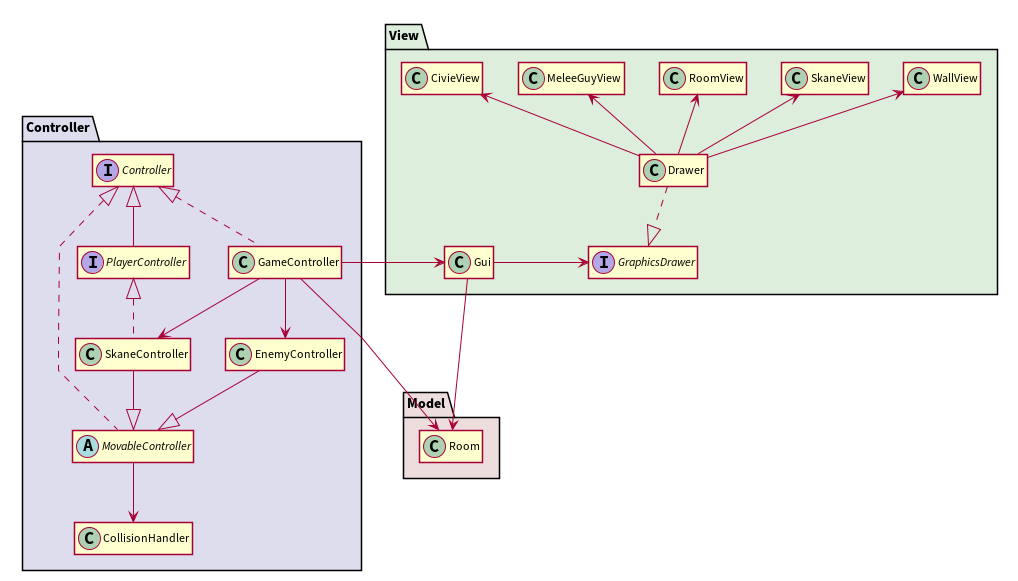
The PlantUML diagram docs/uml/mvc.png in JoaoCostaIFG/LPOO, before a commit.
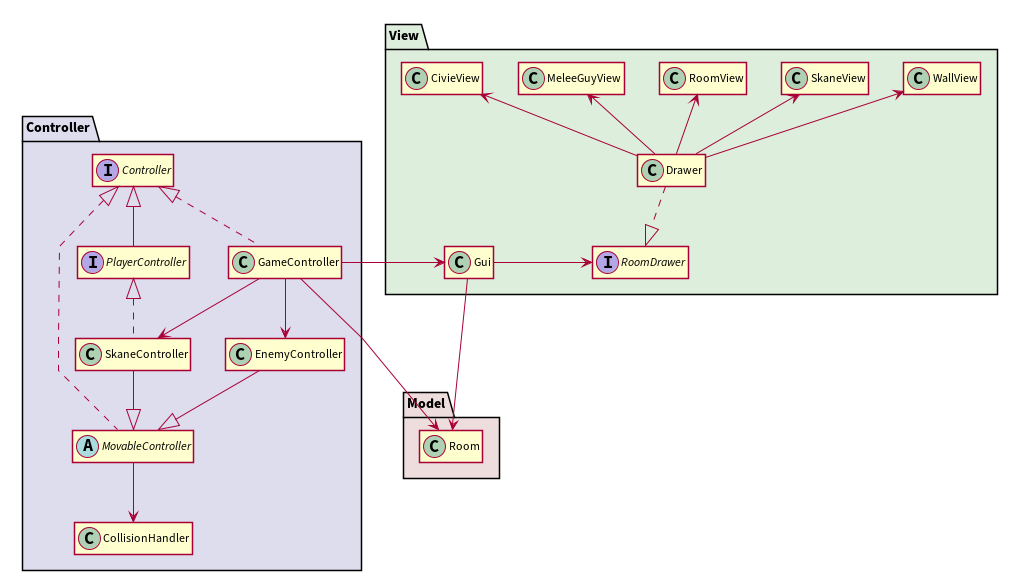
Later version of the same file.

The edit, as a diff of the source:
```diff
@@ -9,7 +9,7 @@
 }
 
 package "View" #DDEEDD {
-  interface GraphicsDrawer {}
+  interface RoomDrawer {}
   class CivieView {}
   class MeleeGuyView {}
   class RoomView {}
@@ -45,8 +45,8 @@
 Drawer -up-> RoomView
 Drawer -up-> SkaneView
 Drawer -up-> WallView
-Drawer .down.^ GraphicsDrawer
-Gui -right-> GraphicsDrawer
+Drawer .down.^ RoomDrawer
+Gui -right-> RoomDrawer
 Gui -down-> Room
 
 GameController ---> Room
```
